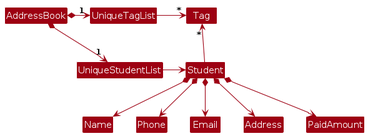
Earlier version of the PlantUML export diagrams/BetterModelClassDiagram.png (AY2425S1-CS2103T-F14a-1/tp). Its source is kept beside it as diagrams/BetterModelClassDiagram.puml.
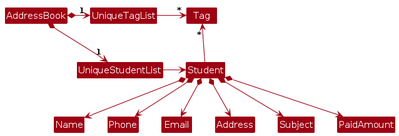
Later version of the same file.

What changed in the source:
```diff
@@ -18,5 +18,6 @@
 Student *--> Phone
 Student *--> Email
 Student *--> Address
+Student *--> Subject
 Student *--> PaidAmount
 @enduml
```
